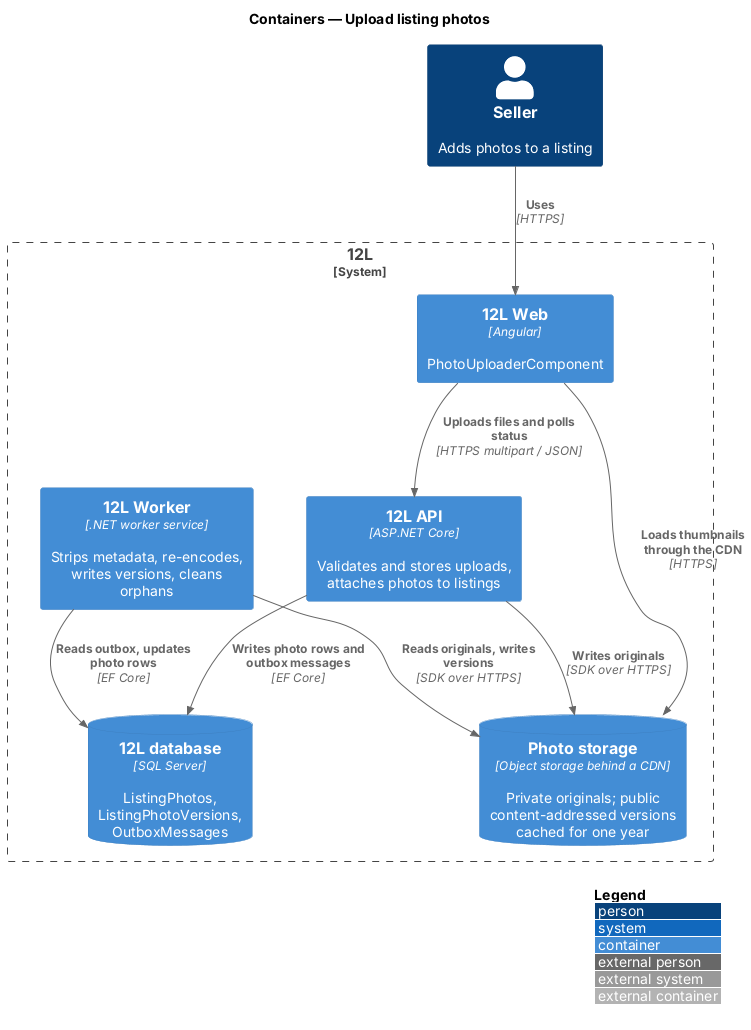
Above: docs/detailed-designs/listings/upload-listing-photos/diagrams/c4-container.png in QuinntyneBrown/12l (PlantUML), before the change.
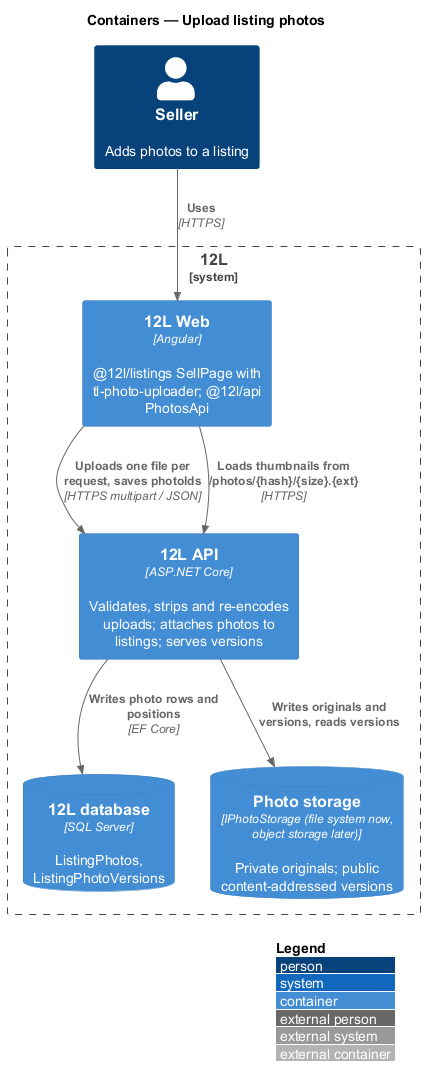
Later version of the same file.

What changed in the source:
```diff
@@ -5,18 +5,15 @@
 
 Person(seller, "Seller", "Adds photos to a listing")
 System_Boundary(twelvel, "12L") {
-  Container(web, "12L Web", "Angular", "PhotoUploaderComponent")
-  Container(api, "12L API", "ASP.NET Core", "Validates and stores uploads, attaches photos to listings")
-  Container(worker, "12L Worker", ".NET worker service", "Strips metadata, re-encodes, writes versions, cleans orphans")
-  ContainerDb(db, "12L database", "SQL Server", "ListingPhotos, ListingPhotoVersions, OutboxMessages")
-  ContainerDb(storage, "Photo storage", "Object storage behind a CDN", "Private originals; public content-addressed versions cached for one year")
+  Container(web, "12L Web", "Angular", "@12l/listings SellPage with tl-photo-uploader; @12l/api PhotosApi")
+  Container(api, "12L API", "ASP.NET Core", "Validates, strips and re-encodes uploads; attaches photos to listings; serves versions")
+  ContainerDb(db, "12L database", "SQL Server", "ListingPhotos, ListingPhotoVersions")
+  ContainerDb(storage, "Photo storage", "IPhotoStorage (file system now, object storage later)", "Private originals; public content-addressed versions")
 }
 
 Rel(seller, web, "Uses", "HTTPS")
-Rel(web, api, "Uploads files and polls status", "HTTPS multipart / JSON")
-Rel(api, storage, "Writes originals", "SDK over HTTPS")
-Rel(api, db, "Writes photo rows and outbox messages", "EF Core")
-Rel(worker, db, "Reads outbox, updates photo rows", "EF Core")
-Rel(worker, storage, "Reads originals, writes versions", "SDK over HTTPS")
-Rel(web, storage, "Loads thumbnails through the CDN", "HTTPS")
+Rel(web, api, "Uploads one file per request, saves photoIds", "HTTPS multipart / JSON")
+Rel(api, storage, "Writes originals and versions, reads versions")
+Rel(api, db, "Writes photo rows and positions", "EF Core")
+Rel(web, api, "Loads thumbnails from /photos/{hash}/{size}.{ext}", "HTTPS")
 @enduml
```
